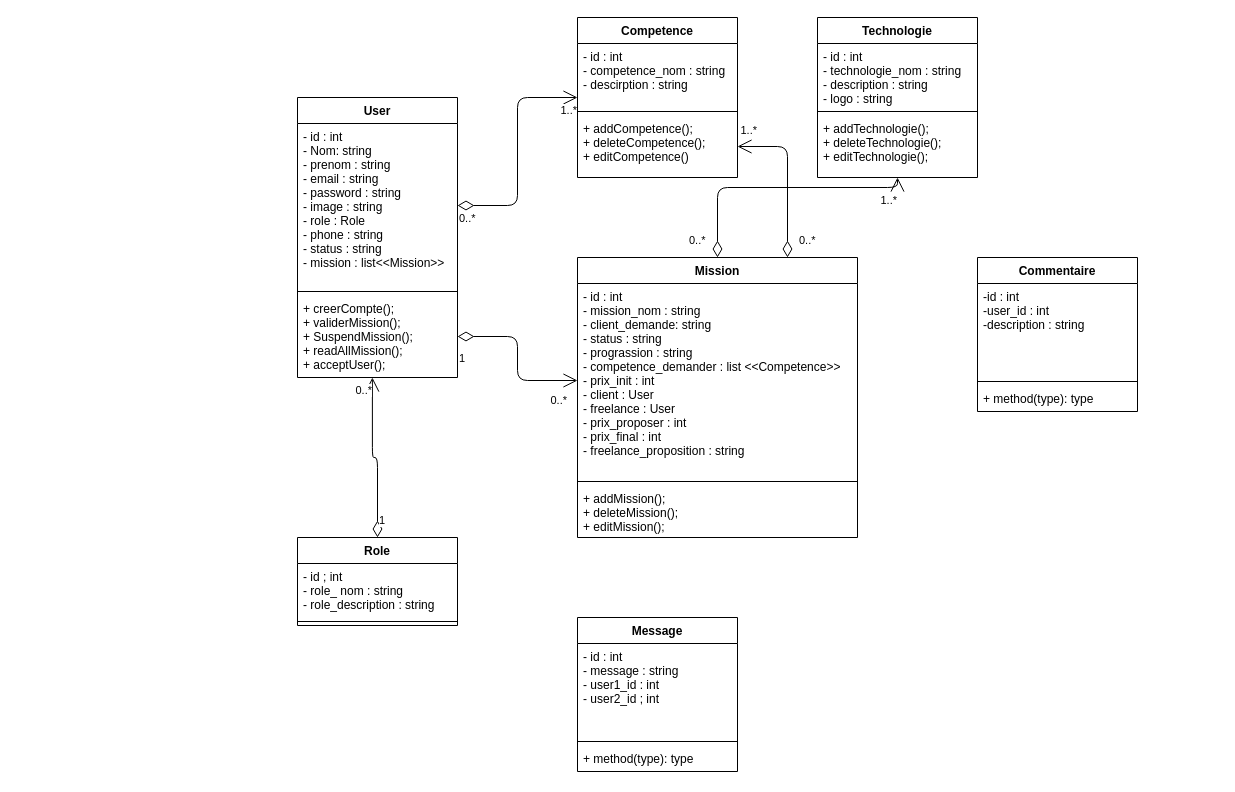
The draw.io diagram ClassDiagram.drawio in abdell3/WorkHub-Platform-Freelencing, before the edit. Source tidied: cells renumbered, new cells numbered last; positions are measured from the earlier drawing's top-left corner, leaving out a move shared by most shapes. Both pictures are drawn from the tidied source at 100%, with x=0, y=0 at pixel (297, 17).
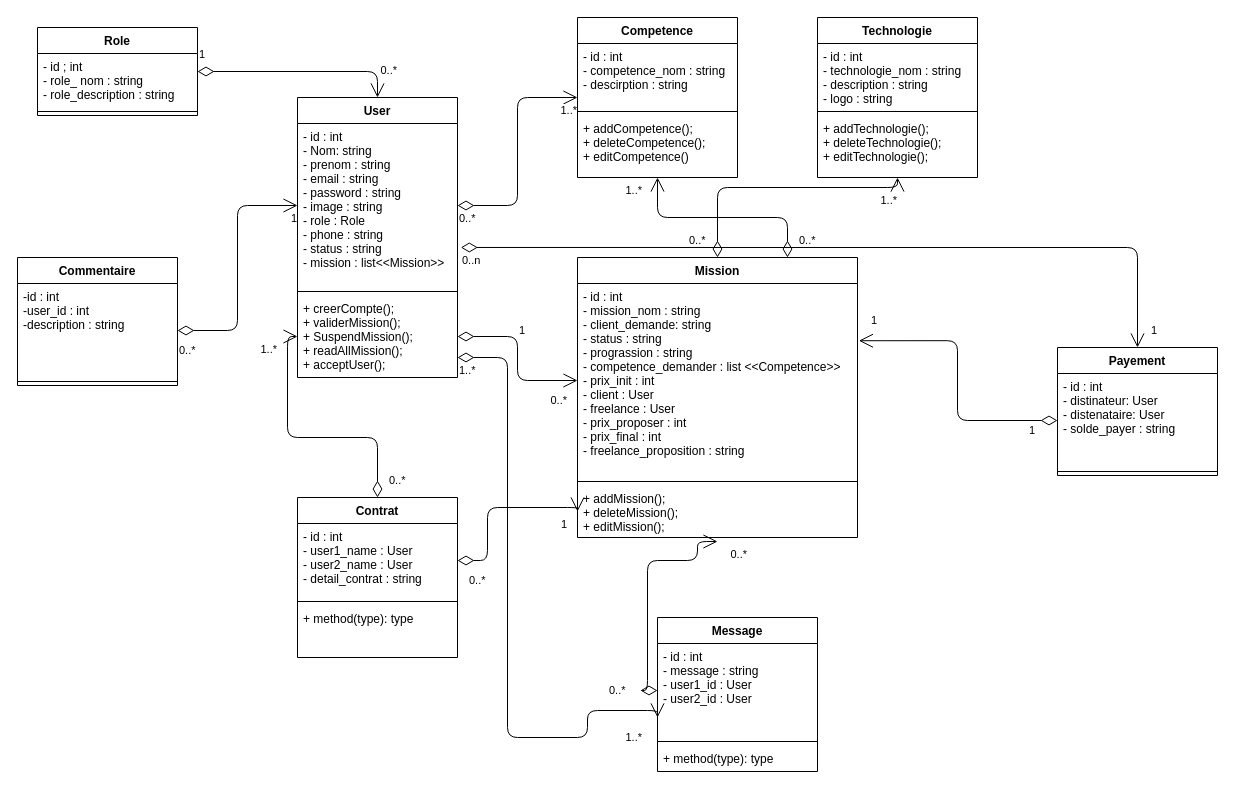
The same diagram, later.

Commit message:
modifier le diagram de class

The change refers to these unchanged cells:
```xml
<mxCell id="2" value="User" style="swimlane;fontStyle=1;align=center;verticalAlign=top;horizontal=1;startSize=26;" parent="1" vertex="1">
  <mxGeometry y="80" width="160" height="280" as="geometry" />
</mxCell>
<mxCell id="3" value="- id : int&#10;- Nom: string&#10;- prenom : string&#10;- email : string&#10;- password : string&#10;- image : string&#10;- role : Role &#10;- phone : string&#10;- status : string&#10;- mission : list&lt;&lt;Mission&gt;&gt;&#10;&#10;" style="text;strokeColor=none;fillColor=none;align=left;verticalAlign=top;spacingLeft=4;spacingRight=4;overflow=hidden;points=[[0,0.5],[1,0.5]];portConstraint=eastwest;" parent="2" vertex="1">
  <mxGeometry y="26" width="160" height="164" as="geometry" />
</mxCell>
<mxCell id="5" value="+ creerCompte();&#10;+ validerMission();&#10;+ SuspendMission();&#10;+ readAllMission();&#10;+ acceptUser();" style="text;strokeColor=none;fillColor=none;align=left;verticalAlign=top;spacingLeft=4;spacingRight=4;overflow=hidden;points=[[0,0.5],[1,0.5]];portConstraint=eastwest;" parent="2" vertex="1">
  <mxGeometry y="198" width="160" height="82" as="geometry" />
</mxCell>
<mxCell id="9" value="Mission" style="swimlane;fontStyle=1;align=center;verticalAlign=top;horizontal=1;startSize=26;" parent="1" vertex="1">
  <mxGeometry x="280" y="240" width="280" height="280" as="geometry" />
</mxCell>
<mxCell id="10" value="- id : int &#10;- mission_nom : string&#10;- client_demande: string&#10;- status : string&#10;- prograssion : string&#10;- competence_demander : list &lt;&lt;Competence&gt;&gt;&#10;- prix_init : int&#10;- client : User&#10;- freelance : User&#10;- prix_proposer : int&#10;- prix_final : int&#10;- freelance_proposition : string" style="text;strokeColor=none;fillColor=none;align=left;verticalAlign=top;spacingLeft=4;spacingRight=4;overflow=hidden;points=[[0,0.5],[1,0.5]];portConstraint=eastwest;" parent="9" vertex="1">
  <mxGeometry y="26" width="280" height="194" as="geometry" />
</mxCell>
<mxCell id="12" value="+ addMission();&#10;+ deleteMission();&#10;+ editMission();" style="text;strokeColor=none;fillColor=none;align=left;verticalAlign=top;spacingLeft=4;spacingRight=4;overflow=hidden;points=[[0,0.5],[1,0.5]];portConstraint=eastwest;" parent="9" vertex="1">
  <mxGeometry y="228" width="280" height="52" as="geometry" />
</mxCell>
<mxCell id="13" value="Competence" style="swimlane;fontStyle=1;align=center;verticalAlign=top;horizontal=1;startSize=26;" parent="1" vertex="1">
  <mxGeometry x="280" width="160" height="160" as="geometry" />
</mxCell>
<mxCell id="16" value="+ addCompetence();&#10;+ deleteCompetence();&#10;+ editCompetence()" style="text;strokeColor=none;fillColor=none;align=left;verticalAlign=top;spacingLeft=4;spacingRight=4;overflow=hidden;points=[[0,0.5],[1,0.5]];portConstraint=eastwest;" parent="13" vertex="1">
  <mxGeometry y="98" width="160" height="62" as="geometry" />
</mxCell>
<mxCell id="27" style="endArrow=open;html=1;endSize=12;startArrow=diamondThin;startSize=14;startFill=0;edgeStyle=orthogonalEdgeStyle;exitX=1;exitY=0.5;exitDx=0;exitDy=0;" parent="1" edge="1" source="5" target="10">
  <mxGeometry relative="1" as="geometry" />
</mxCell>
<mxCell id="37" value="-id : int&#10;-user_id : int&#10;-description : string " style="text;strokeColor=none;fillColor=none;align=left;verticalAlign=top;spacingLeft=4;spacingRight=4;overflow=hidden;points=[[0,0.5],[1,0.5]];portConstraint=eastwest;" parent="36" vertex="1">
  <mxGeometry y="26" width="160" height="94" as="geometry" />
</mxCell>
```

The edit, as a diff of the source:
```diff
@@
     <mxCell id="6" value="Role" style="swimlane;fontStyle=1;align=center;verticalAlign=top;horizontal=1;startSize=26;" parent="1" vertex="1">
-      <mxGeometry y="520" width="160" height="88" as="geometry" />
+      <mxGeometry x="-260" y="10" width="160" height="88" as="geometry" />
     </mxCell>
@@
-    <mxCell id="24" style="endArrow=open;html=1;endSize=12;startArrow=diamondThin;startSize=14;startFill=0;edgeStyle=orthogonalEdgeStyle;entryX=0.468;entryY=1;entryDx=0;entryDy=0;entryPerimeter=0;" parent="1" edge="1" source="6" target="5">
+    <mxCell id="24" style="endArrow=open;html=1;endSize=12;startArrow=diamondThin;startSize=14;startFill=0;edgeStyle=orthogonalEdgeStyle;entryX=0.5;entryY=0;entryDx=0;entryDy=0;" parent="1" edge="1" source="6" target="2">
       <mxGeometry relative="1" as="geometry" />
     </mxCell>
@@
     <mxCell id="26" value="0..*" style="edgeLabel;html=1;align=right;verticalAlign=top;" parent="24" vertex="1">
-      <mxGeometry x="1" relative="1" as="geometry" />
+      <mxGeometry x="1" relative="1" as="geometry">
+        <mxPoint x="20" y="-40" as="offset" />
+      </mxGeometry>
     </mxCell>
@@
     <mxCell id="28" value="1" style="edgeLabel;html=1;align=left;verticalAlign=top;" parent="27" vertex="1">
       <mxGeometry x="-1" relative="1" as="geometry">
-        <mxPoint y="9" as="offset" />
+        <mxPoint x="60" y="-19" as="offset" />
       </mxGeometry>
     </mxCell>
@@
-    <mxCell id="33" style="endArrow=open;html=1;endSize=12;startArrow=diamondThin;startSize=14;startFill=0;edgeStyle=orthogonalEdgeStyle;exitX=0.75;exitY=0;exitDx=0;exitDy=0;" parent="1" edge="1" source="9" target="16">
+    <mxCell id="33" style="endArrow=open;html=1;endSize=12;startArrow=diamondThin;startSize=14;startFill=0;edgeStyle=orthogonalEdgeStyle;exitX=0.75;exitY=0;exitDx=0;exitDy=0;" parent="1" edge="1" source="9" target="13">
       <mxGeometry relative="1" as="geometry" />
     </mxCell>
@@
     <mxCell id="35" value="1..*" style="edgeLabel;html=1;align=right;verticalAlign=top;" parent="33" vertex="1">
       <mxGeometry x="1" relative="1" as="geometry">
-        <mxPoint x="20" y="-29" as="offset" />
+        <mxPoint x="-15" as="offset" />
       </mxGeometry>
     </mxCell>
     <mxCell id="36" value="Commentaire" style="swimlane;fontStyle=1;align=center;verticalAlign=top;horizontal=1;startSize=26;" parent="1" vertex="1">
-      <mxGeometry x="680" y="240" width="160" height="154" as="geometry" />
+      <mxGeometry x="-280" y="240" width="160" height="128" as="geometry" />
     </mxCell>
@@
-    <mxCell id="39" value="+ method(type): type" style="text;strokeColor=none;fillColor=none;align=left;verticalAlign=top;spacingLeft=4;spacingRight=4;overflow=hidden;" parent="36" vertex="1">
-      <mxGeometry y="128" width="160" height="26" as="geometry" />
-    </mxCell>
     <mxCell id="40" value="Message" style="swimlane;fontStyle=1;align=center;verticalAlign=top;horizontal=1;startSize=26;" parent="1" vertex="1">
-      <mxGeometry x="280" y="600" width="160" height="154" as="geometry" />
+      <mxGeometry x="360" y="600" width="160" height="154" as="geometry" />
     </mxCell>
-    <mxCell id="41" value="- id : int&#10;- message : string&#10;- user1_id : int&#10;- user2_id ; int" style="text;strokeColor=none;fillColor=none;align=left;verticalAlign=top;spacingLeft=4;spacingRight=4;overflow=hidden;points=[[0,0.5],[1,0.5]];portConstraint=eastwest;" parent="40" vertex="1">
+    <mxCell id="41" value="- id : int&#10;- message : string&#10;- user1_id : User&#10;- user2_id : User" style="text;strokeColor=none;fillColor=none;align=left;verticalAlign=top;spacingLeft=4;spacingRight=4;overflow=hidden;points=[[0,0.5],[1,0.5]];portConstraint=eastwest;" parent="40" vertex="1">
       <mxGeometry y="26" width="160" height="94" as="geometry" />
     </mxCell>
@@
+    <mxCell id="44" style="endArrow=open;html=1;endSize=12;startArrow=diamondThin;startSize=14;startFill=0;edgeStyle=orthogonalEdgeStyle;exitX=1;exitY=0.5;exitDx=0;exitDy=0;entryX=0;entryY=0.5;entryDx=0;entryDy=0;" parent="1" edge="1" source="37" target="3">
+      <mxGeometry relative="1" as="geometry" />
+    </mxCell>
+    <mxCell id="45" value="0..*" style="edgeLabel;html=1;align=left;verticalAlign=top;" parent="44" vertex="1">
+      <mxGeometry x="-1" relative="1" as="geometry">
+        <mxPoint y="7" as="offset" />
+      </mxGeometry>
+    </mxCell>
+    <mxCell id="46" value="1" style="edgeLabel;html=1;align=right;verticalAlign=top;" parent="44" vertex="1">
+      <mxGeometry x="1" relative="1" as="geometry" />
+    </mxCell>
+    <mxCell id="47" style="endArrow=open;html=1;endSize=12;startArrow=diamondThin;startSize=14;startFill=0;edgeStyle=orthogonalEdgeStyle;" parent="1" edge="1" source="41">
+      <mxGeometry x="0.09" y="-27" relative="1" as="geometry">
+        <mxPoint x="420" y="524" as="targetPoint" />
+        <Array as="points">
+          <mxPoint x="350" y="673" />
+          <mxPoint x="350" y="543" />
+          <mxPoint x="400" y="543" />
+          <mxPoint x="400" y="524" />
+        </Array>
+      </mxGeometry>
+    </mxCell>
+    <mxCell id="48" value="0..*" style="edgeLabel;html=1;align=left;verticalAlign=top;" parent="47" vertex="1">
+      <mxGeometry x="-1" relative="1" as="geometry">
+        <mxPoint x="-50" y="-13" as="offset" />
+      </mxGeometry>
+    </mxCell>
+    <mxCell id="49" value="0..*" style="edgeLabel;html=1;align=right;verticalAlign=top;" parent="47" vertex="1">
+      <mxGeometry x="1" relative="1" as="geometry">
+        <mxPoint x="30" as="offset" />
+      </mxGeometry>
+    </mxCell>
+    <mxCell id="50" value="Contrat" style="swimlane;fontStyle=1;align=center;verticalAlign=top;horizontal=1;startSize=26;" parent="1" vertex="1">
+      <mxGeometry y="480" width="160" height="160" as="geometry" />
+    </mxCell>
+    <mxCell id="51" value="- id : int&#10;- user1_name : User&#10;- user2_name : User&#10;- detail_contrat : string" style="text;strokeColor=none;fillColor=none;align=left;verticalAlign=top;spacingLeft=4;spacingRight=4;overflow=hidden;points=[[0,0.5],[1,0.5]];portConstraint=eastwest;" parent="50" vertex="1">
+      <mxGeometry y="26" width="160" height="74" as="geometry" />
+    </mxCell>
+    <mxCell id="52" style="line;strokeWidth=1;fillColor=none;align=left;verticalAlign=middle;spacingTop=-1;spacingLeft=3;spacingRight=3;labelPosition=right;strokeColor=inherit;" parent="50" vertex="1">
+      <mxGeometry y="100" width="160" height="8" as="geometry" />
+    </mxCell>
+    <mxCell id="39" value="+ method(type): type" style="text;strokeColor=none;fillColor=none;align=left;verticalAlign=top;spacingLeft=4;spacingRight=4;overflow=hidden;" parent="50" vertex="1">
+      <mxGeometry y="108" width="160" height="52" as="geometry" />
+    </mxCell>
+    <mxCell id="53" style="endArrow=open;html=1;endSize=12;startArrow=diamondThin;startSize=14;startFill=0;edgeStyle=orthogonalEdgeStyle;exitX=0.5;exitY=0;exitDx=0;exitDy=0;entryX=0;entryY=0.5;entryDx=0;entryDy=0;" parent="1" edge="1" source="50" target="5">
+      <mxGeometry relative="1" as="geometry" />
+    </mxCell>
+    <mxCell id="54" value="0..*" style="edgeLabel;html=1;align=left;verticalAlign=top;" parent="53" vertex="1">
+      <mxGeometry x="-1" relative="1" as="geometry">
+        <mxPoint x="10" y="-30" as="offset" />
+      </mxGeometry>
+    </mxCell>
+    <mxCell id="55" value="1..*" style="edgeLabel;html=1;align=right;verticalAlign=top;" parent="53" vertex="1">
+      <mxGeometry x="1" relative="1" as="geometry">
+        <mxPoint x="-20" as="offset" />
+      </mxGeometry>
+    </mxCell>
+    <mxCell id="56" value="Payement" style="swimlane;fontStyle=1;align=center;verticalAlign=top;horizontal=1;startSize=26;" parent="1" vertex="1">
+      <mxGeometry x="760" y="330" width="160" height="128" as="geometry" />
+    </mxCell>
+    <mxCell id="57" value="- id : int&#10;- distinateur: User&#10;- distenataire: User&#10;- solde_payer : string" style="text;strokeColor=none;fillColor=none;align=left;verticalAlign=top;spacingLeft=4;spacingRight=4;overflow=hidden;points=[[0,0.5],[1,0.5]];portConstraint=eastwest;" parent="56" vertex="1">
+      <mxGeometry y="26" width="160" height="94" as="geometry" />
+    </mxCell>
+    <mxCell id="58" style="line;strokeWidth=1;fillColor=none;align=left;verticalAlign=middle;spacingTop=-1;spacingLeft=3;spacingRight=3;labelPosition=right;strokeColor=inherit;" parent="56" vertex="1">
+      <mxGeometry y="120" width="160" height="8" as="geometry" />
+    </mxCell>
+    <mxCell id="59" style="endArrow=open;html=1;endSize=12;startArrow=diamondThin;startSize=14;startFill=0;edgeStyle=orthogonalEdgeStyle;entryX=1.005;entryY=0.295;entryDx=0;entryDy=0;entryPerimeter=0;" parent="1" edge="1" source="57" target="10">
+      <mxGeometry relative="1" as="geometry" />
+    </mxCell>
+    <mxCell id="60" value="1" style="edgeLabel;html=1;align=left;verticalAlign=top;" parent="59" vertex="1">
+      <mxGeometry x="-1" relative="1" as="geometry">
+        <mxPoint x="-30" y="-3" as="offset" />
+      </mxGeometry>
+    </mxCell>
+    <mxCell id="61" value="1" style="edgeLabel;html=1;align=right;verticalAlign=top;" parent="59" vertex="1">
+      <mxGeometry x="1" relative="1" as="geometry">
+        <mxPoint x="18" y="-33" as="offset" />
+      </mxGeometry>
+    </mxCell>
+    <mxCell id="62" style="endArrow=open;html=1;endSize=12;startArrow=diamondThin;startSize=14;startFill=0;edgeStyle=orthogonalEdgeStyle;entryX=0.5;entryY=0;entryDx=0;entryDy=0;exitX=1.021;exitY=0.756;exitDx=0;exitDy=0;exitPerimeter=0;" parent="1" edge="1" source="3" target="56">
+      <mxGeometry relative="1" as="geometry" />
+    </mxCell>
+    <mxCell id="63" value="0..n" style="edgeLabel;html=1;align=left;verticalAlign=top;" parent="62" vertex="1">
+      <mxGeometry x="-1" relative="1" as="geometry" />
+    </mxCell>
+    <mxCell id="64" value="1" style="edgeLabel;html=1;align=right;verticalAlign=top;" parent="62" vertex="1">
+      <mxGeometry x="1" relative="1" as="geometry">
+        <mxPoint x="20" y="-30" as="offset" />
+      </mxGeometry>
+    </mxCell>
+    <mxCell id="65" style="endArrow=open;html=1;endSize=12;startArrow=diamondThin;startSize=14;startFill=0;edgeStyle=orthogonalEdgeStyle;exitX=1;exitY=0.5;exitDx=0;exitDy=0;entryX=0;entryY=0.5;entryDx=0;entryDy=0;" parent="1" edge="1" source="51" target="12">
+      <mxGeometry relative="1" as="geometry">
+        <Array as="points">
+          <mxPoint x="190" y="543" />
+          <mxPoint x="190" y="490" />
+        </Array>
+      </mxGeometry>
+    </mxCell>
+    <mxCell id="66" value="0..*" style="edgeLabel;html=1;align=left;verticalAlign=top;" parent="65" vertex="1">
+      <mxGeometry x="-1" relative="1" as="geometry">
+        <mxPoint x="10" y="7" as="offset" />
+      </mxGeometry>
+    </mxCell>
+    <mxCell id="67" value="1" style="edgeLabel;html=1;align=right;verticalAlign=top;" parent="65" vertex="1">
+      <mxGeometry x="1" relative="1" as="geometry">
+        <mxPoint x="-10" as="offset" />
+      </mxGeometry>
+    </mxCell>
+    <mxCell id="68" style="endArrow=open;html=1;endSize=12;startArrow=diamondThin;startSize=14;startFill=0;edgeStyle=orthogonalEdgeStyle;entryX=0;entryY=0.787;entryDx=0;entryDy=0;entryPerimeter=0;" parent="1" edge="1" target="41">
+      <mxGeometry relative="1" as="geometry">
+        <mxPoint x="160" y="340" as="sourcePoint" />
+        <Array as="points">
+          <mxPoint x="210" y="340" />
+          <mxPoint x="210" y="720" />
+          <mxPoint x="290" y="720" />
+          <mxPoint x="290" y="693" />
+          <mxPoint x="360" y="693" />
+        </Array>
+      </mxGeometry>
+    </mxCell>
+    <mxCell id="69" value="1..*" style="edgeLabel;html=1;align=left;verticalAlign=top;" parent="68" vertex="1">
+      <mxGeometry x="-1" relative="1" as="geometry" />
+    </mxCell>
+    <mxCell id="70" value="1..*" style="edgeLabel;html=1;align=right;verticalAlign=top;" parent="68" vertex="1">
+      <mxGeometry x="1" relative="1" as="geometry">
+        <mxPoint x="-15" y="7" as="offset" />
+      </mxGeometry>
+    </mxCell>
```
